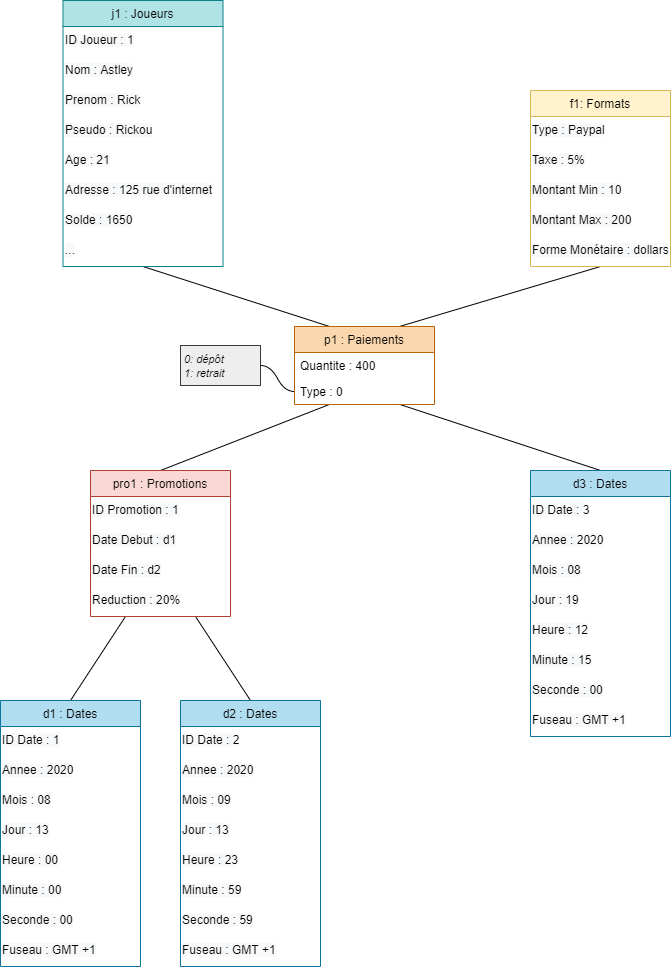
Earlier version of the draw.io export HMIN122M/projet/conception/images/instance-paiement.png (DocAmaroo/M1Aigle). Source tidied: cells renumbered, new cells last; positions are measured from the earlier drawing's top-left corner, leaving out a move shared by most shapes.
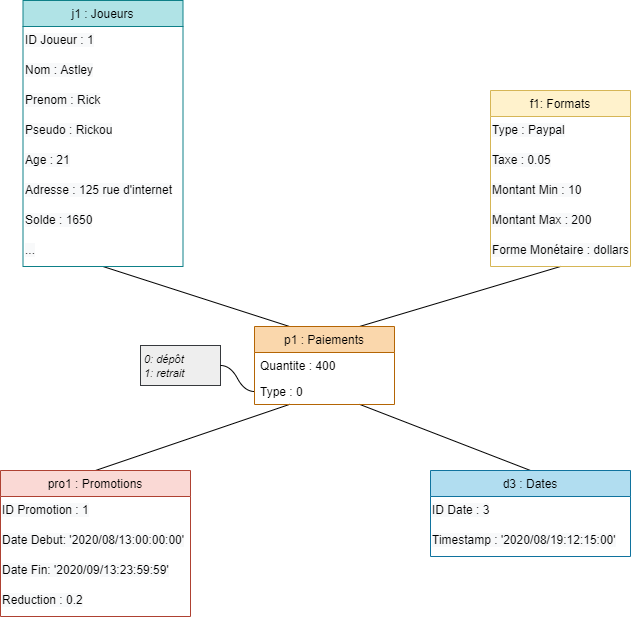
After the change.

What changed in the source:
```diff
@@ -14,19 +14,13 @@
     <mxCell id="5" style="edgeStyle=none;rounded=0;jettySize=auto;html=1;exitX=0.75;exitY=0;exitDx=0;exitDy=0;entryX=0.5;entryY=1;entryDx=0;entryDy=0;endArrow=none;endFill=0;" parent="1" edge="1" source="48" target="13">
       <mxGeometry relative="1" as="geometry" />
     </mxCell>
-    <mxCell id="6" style="edgeStyle=none;rounded=0;jettySize=auto;html=1;exitX=0.25;exitY=1;exitDx=0;exitDy=0;entryX=0.5;entryY=0;entryDx=0;entryDy=0;endArrow=none;endFill=0;" parent="1" edge="1" source="36" target="14">
-      <mxGeometry relative="1" as="geometry" />
-    </mxCell>
-    <mxCell id="7" style="edgeStyle=none;rounded=0;jettySize=auto;html=1;exitX=0.75;exitY=1;exitDx=0;exitDy=0;entryX=0.5;entryY=0;entryDx=0;entryDy=0;endArrow=none;endFill=0;" parent="1" edge="1" source="36" target="23">
-      <mxGeometry relative="1" as="geometry" />
-    </mxCell>
     <mxCell id="8" value="f1: Formats" style="swimlane;fontStyle=0;horizontal=1;startSize=26;fillColor=#fff2cc;strokeColor=#d6b656;" parent="1" vertex="1">
       <mxGeometry x="530" y="90" width="140" height="176" as="geometry" />
     </mxCell>
     <mxCell id="9" value="&lt;span style=&quot;color: rgb(0 , 0 , 0) ; font-family: &amp;#34;helvetica&amp;#34; ; font-size: 12px ; font-style: normal ; font-weight: 400 ; letter-spacing: normal ; text-align: center ; text-indent: 0px ; text-transform: none ; word-spacing: 0px ; background-color: rgb(248 , 249 , 250) ; display: inline ; float: none&quot;&gt;Type : Paypal&lt;br&gt;&lt;/span&gt;" style="text;whiteSpace=wrap;html=1;" parent="8" vertex="1">
       <mxGeometry y="26" width="140" height="30" as="geometry" />
     </mxCell>
-    <mxCell id="10" value="&lt;span style=&quot;color: rgb(0 , 0 , 0) ; font-family: &amp;#34;helvetica&amp;#34; ; font-size: 12px ; font-style: normal ; font-weight: 400 ; letter-spacing: normal ; text-align: center ; text-indent: 0px ; text-transform: none ; word-spacing: 0px ; background-color: rgb(248 , 249 , 250) ; display: inline ; float: none&quot;&gt;Taxe : 5%&lt;br&gt;&lt;/span&gt;" style="text;whiteSpace=wrap;html=1;" parent="8" vertex="1">
+    <mxCell id="10" value="&lt;span style=&quot;color: rgb(0 , 0 , 0) ; font-family: &amp;#34;helvetica&amp;#34; ; font-size: 12px ; font-style: normal ; font-weight: 400 ; letter-spacing: normal ; text-align: center ; text-indent: 0px ; text-transform: none ; word-spacing: 0px ; background-color: rgb(248 , 249 , 250) ; display: inline ; float: none&quot;&gt;Taxe : 0.05&lt;br&gt;&lt;/span&gt;" style="text;whiteSpace=wrap;html=1;" parent="8" vertex="1">
       <mxGeometry y="56" width="140" height="30" as="geometry" />
     </mxCell>
     <mxCell id="11" value="&lt;span style=&quot;color: rgb(0 , 0 , 0) ; font-family: &amp;#34;helvetica&amp;#34; ; font-size: 12px ; font-style: normal ; font-weight: 400 ; letter-spacing: normal ; text-align: center ; text-indent: 0px ; text-transform: none ; word-spacing: 0px ; background-color: rgb(248 , 249 , 250) ; display: inline ; float: none&quot;&gt;Montant Min : 10&lt;br&gt;&lt;/span&gt;" style="text;whiteSpace=wrap;html=1;" parent="8" vertex="1">
@@ -38,74 +32,20 @@
     <mxCell id="13" value="&lt;span style=&quot;color: rgb(0 , 0 , 0) ; font-family: &amp;#34;helvetica&amp;#34; ; font-size: 12px ; font-style: normal ; font-weight: 400 ; letter-spacing: normal ; text-align: center ; text-indent: 0px ; text-transform: none ; word-spacing: 0px ; background-color: rgb(248 , 249 , 250) ; display: inline ; float: none&quot;&gt;Forme Monétaire : dollars&lt;br&gt;&lt;/span&gt;" style="text;whiteSpace=wrap;html=1;" parent="8" vertex="1">
       <mxGeometry y="146" width="140" height="30" as="geometry" />
     </mxCell>
-    <mxCell id="14" value="d1 : Dates" style="swimlane;fontStyle=0;horizontal=1;startSize=26;fillColor=#b1ddf0;strokeColor=#10739e;" parent="1" vertex="1">
-      <mxGeometry y="700" width="140" height="266" as="geometry" />
-    </mxCell>
-    <mxCell id="15" value="&lt;span style=&quot;color: rgb(0 , 0 , 0) ; font-family: &amp;#34;helvetica&amp;#34; ; font-size: 12px ; font-style: normal ; font-weight: 400 ; letter-spacing: normal ; text-align: center ; text-indent: 0px ; text-transform: none ; word-spacing: 0px ; background-color: rgb(248 , 249 , 250) ; display: inline ; float: none&quot;&gt;ID Date : 1&lt;br&gt;&lt;/span&gt;" style="text;whiteSpace=wrap;html=1;" parent="14" vertex="1">
-      <mxGeometry y="26" width="140" height="30" as="geometry" />
-    </mxCell>
-    <mxCell id="16" value="&lt;span style=&quot;color: rgb(0 , 0 , 0) ; font-family: &amp;#34;helvetica&amp;#34; ; font-size: 12px ; font-style: normal ; font-weight: 400 ; letter-spacing: normal ; text-align: center ; text-indent: 0px ; text-transform: none ; word-spacing: 0px ; background-color: rgb(248 , 249 , 250) ; display: inline ; float: none&quot;&gt;Annee : 2020&lt;br&gt;&lt;/span&gt;" style="text;whiteSpace=wrap;html=1;" parent="14" vertex="1">
-      <mxGeometry y="56" width="140" height="30" as="geometry" />
-    </mxCell>
-    <mxCell id="17" value="&lt;span style=&quot;color: rgb(0 , 0 , 0) ; font-family: &amp;#34;helvetica&amp;#34; ; font-size: 12px ; font-style: normal ; font-weight: 400 ; letter-spacing: normal ; text-align: center ; text-indent: 0px ; text-transform: none ; word-spacing: 0px ; background-color: rgb(248 , 249 , 250) ; display: inline ; float: none&quot;&gt;Mois : 08&lt;br&gt;&lt;/span&gt;" style="text;whiteSpace=wrap;html=1;" parent="14" vertex="1">
-      <mxGeometry y="86" width="140" height="30" as="geometry" />
-    </mxCell>
-    <mxCell id="18" value="&lt;span style=&quot;color: rgb(0 , 0 , 0) ; font-family: &amp;#34;helvetica&amp;#34; ; font-size: 12px ; font-style: normal ; font-weight: 400 ; letter-spacing: normal ; text-align: center ; text-indent: 0px ; text-transform: none ; word-spacing: 0px ; background-color: rgb(248 , 249 , 250) ; display: inline ; float: none&quot;&gt;Jour : 13&lt;br&gt;&lt;/span&gt;" style="text;whiteSpace=wrap;html=1;" parent="14" vertex="1">
-      <mxGeometry y="116" width="140" height="30" as="geometry" />
-    </mxCell>
-    <mxCell id="19" value="&lt;span style=&quot;color: rgb(0 , 0 , 0) ; font-family: &amp;#34;helvetica&amp;#34; ; font-size: 12px ; font-style: normal ; font-weight: 400 ; letter-spacing: normal ; text-align: center ; text-indent: 0px ; text-transform: none ; word-spacing: 0px ; background-color: rgb(248 , 249 , 250) ; display: inline ; float: none&quot;&gt;Heure : 00&lt;br&gt;&lt;/span&gt;" style="text;whiteSpace=wrap;html=1;" parent="14" vertex="1">
-      <mxGeometry y="146" width="140" height="30" as="geometry" />
-    </mxCell>
-    <mxCell id="20" value="&lt;span style=&quot;color: rgb(0 , 0 , 0) ; font-family: &amp;#34;helvetica&amp;#34; ; font-size: 12px ; font-style: normal ; font-weight: 400 ; letter-spacing: normal ; text-align: center ; text-indent: 0px ; text-transform: none ; word-spacing: 0px ; background-color: rgb(248 , 249 , 250) ; display: inline ; float: none&quot;&gt;Minute : 00&lt;br&gt;&lt;/span&gt;" style="text;whiteSpace=wrap;html=1;" parent="14" vertex="1">
-      <mxGeometry y="176" width="140" height="30" as="geometry" />
-    </mxCell>
-    <mxCell id="21" value="&lt;span style=&quot;color: rgb(0 , 0 , 0) ; font-family: &amp;#34;helvetica&amp;#34; ; font-size: 12px ; font-style: normal ; font-weight: 400 ; letter-spacing: normal ; text-align: center ; text-indent: 0px ; text-transform: none ; word-spacing: 0px ; background-color: rgb(248 , 249 , 250) ; display: inline ; float: none&quot;&gt;Seconde : 00&lt;br&gt;&lt;/span&gt;" style="text;whiteSpace=wrap;html=1;" parent="14" vertex="1">
-      <mxGeometry y="206" width="140" height="30" as="geometry" />
-    </mxCell>
-    <mxCell id="22" value="&lt;span style=&quot;color: rgb(0 , 0 , 0) ; font-family: &amp;#34;helvetica&amp;#34; ; font-size: 12px ; font-style: normal ; font-weight: 400 ; letter-spacing: normal ; text-align: center ; text-indent: 0px ; text-transform: none ; word-spacing: 0px ; background-color: rgb(248 , 249 , 250) ; display: inline ; float: none&quot;&gt;Fuseau : GMT +1&lt;br&gt;&lt;/span&gt;" style="text;whiteSpace=wrap;html=1;" parent="14" vertex="1">
-      <mxGeometry y="236" width="140" height="30" as="geometry" />
-    </mxCell>
-    <mxCell id="23" value="d2 : Dates" style="swimlane;fontStyle=0;horizontal=1;startSize=26;fillColor=#b1ddf0;strokeColor=#10739e;" parent="1" vertex="1">
-      <mxGeometry x="180" y="700" width="140" height="266" as="geometry" />
-    </mxCell>
-    <mxCell id="24" value="&lt;span style=&quot;color: rgb(0 , 0 , 0) ; font-family: &amp;#34;helvetica&amp;#34; ; font-size: 12px ; font-style: normal ; font-weight: 400 ; letter-spacing: normal ; text-align: center ; text-indent: 0px ; text-transform: none ; word-spacing: 0px ; background-color: rgb(248 , 249 , 250) ; display: inline ; float: none&quot;&gt;ID Date : 2&lt;br&gt;&lt;/span&gt;" style="text;whiteSpace=wrap;html=1;" parent="23" vertex="1">
-      <mxGeometry y="26" width="140" height="30" as="geometry" />
-    </mxCell>
-    <mxCell id="25" value="&lt;span style=&quot;color: rgb(0 , 0 , 0) ; font-family: &amp;#34;helvetica&amp;#34; ; font-size: 12px ; font-style: normal ; font-weight: 400 ; letter-spacing: normal ; text-align: center ; text-indent: 0px ; text-transform: none ; word-spacing: 0px ; background-color: rgb(248 , 249 , 250) ; display: inline ; float: none&quot;&gt;Annee : 2020&lt;br&gt;&lt;/span&gt;" style="text;whiteSpace=wrap;html=1;" parent="23" vertex="1">
-      <mxGeometry y="56" width="140" height="30" as="geometry" />
-    </mxCell>
-    <mxCell id="26" value="&lt;span style=&quot;color: rgb(0 , 0 , 0) ; font-family: &amp;#34;helvetica&amp;#34; ; font-size: 12px ; font-style: normal ; font-weight: 400 ; letter-spacing: normal ; text-align: center ; text-indent: 0px ; text-transform: none ; word-spacing: 0px ; background-color: rgb(248 , 249 , 250) ; display: inline ; float: none&quot;&gt;Mois : 09&lt;br&gt;&lt;/span&gt;" style="text;whiteSpace=wrap;html=1;" parent="23" vertex="1">
-      <mxGeometry y="86" width="140" height="30" as="geometry" />
-    </mxCell>
-    <mxCell id="27" value="&lt;span style=&quot;color: rgb(0 , 0 , 0) ; font-family: &amp;#34;helvetica&amp;#34; ; font-size: 12px ; font-style: normal ; font-weight: 400 ; letter-spacing: normal ; text-align: center ; text-indent: 0px ; text-transform: none ; word-spacing: 0px ; background-color: rgb(248 , 249 , 250) ; display: inline ; float: none&quot;&gt;Jour : 13&lt;br&gt;&lt;/span&gt;" style="text;whiteSpace=wrap;html=1;" parent="23" vertex="1">
-      <mxGeometry y="116" width="140" height="30" as="geometry" />
-    </mxCell>
-    <mxCell id="28" value="&lt;span style=&quot;color: rgb(0 , 0 , 0) ; font-family: &amp;#34;helvetica&amp;#34; ; font-size: 12px ; font-style: normal ; font-weight: 400 ; letter-spacing: normal ; text-align: center ; text-indent: 0px ; text-transform: none ; word-spacing: 0px ; background-color: rgb(248 , 249 , 250) ; display: inline ; float: none&quot;&gt;Heure : 23&lt;br&gt;&lt;/span&gt;" style="text;whiteSpace=wrap;html=1;" parent="23" vertex="1">
-      <mxGeometry y="146" width="140" height="30" as="geometry" />
-    </mxCell>
-    <mxCell id="29" value="&lt;span style=&quot;color: rgb(0 , 0 , 0) ; font-family: &amp;#34;helvetica&amp;#34; ; font-size: 12px ; font-style: normal ; font-weight: 400 ; letter-spacing: normal ; text-align: center ; text-indent: 0px ; text-transform: none ; word-spacing: 0px ; background-color: rgb(248 , 249 , 250) ; display: inline ; float: none&quot;&gt;Minute : 59&lt;br&gt;&lt;/span&gt;" style="text;whiteSpace=wrap;html=1;" parent="23" vertex="1">
-      <mxGeometry y="176" width="140" height="30" as="geometry" />
-    </mxCell>
-    <mxCell id="30" value="&lt;span style=&quot;color: rgb(0 , 0 , 0) ; font-family: &amp;#34;helvetica&amp;#34; ; font-size: 12px ; font-style: normal ; font-weight: 400 ; letter-spacing: normal ; text-align: center ; text-indent: 0px ; text-transform: none ; word-spacing: 0px ; background-color: rgb(248 , 249 , 250) ; display: inline ; float: none&quot;&gt;Seconde : 59&lt;br&gt;&lt;/span&gt;" style="text;whiteSpace=wrap;html=1;" parent="23" vertex="1">
-      <mxGeometry y="206" width="140" height="30" as="geometry" />
-    </mxCell>
-    <mxCell id="31" value="&lt;span style=&quot;color: rgb(0 , 0 , 0) ; font-family: &amp;#34;helvetica&amp;#34; ; font-size: 12px ; font-style: normal ; font-weight: 400 ; letter-spacing: normal ; text-align: center ; text-indent: 0px ; text-transform: none ; word-spacing: 0px ; background-color: rgb(248 , 249 , 250) ; display: inline ; float: none&quot;&gt;Fuseau : GMT +1&lt;br&gt;&lt;/span&gt;" style="text;whiteSpace=wrap;html=1;" parent="23" vertex="1">
-      <mxGeometry y="236" width="140" height="30" as="geometry" />
-    </mxCell>
     <mxCell id="32" value="pro1 : Promotions" style="swimlane;fontStyle=0;horizontal=1;startSize=26;fillColor=#fad9d5;strokeColor=#ae4132;" parent="1" vertex="1">
-      <mxGeometry x="90" y="470" width="140" height="146" as="geometry" />
+      <mxGeometry x="40" y="470" width="190" height="146" as="geometry" />
     </mxCell>
     <mxCell id="33" value="&lt;span style=&quot;color: rgb(0 , 0 , 0) ; font-family: &amp;#34;helvetica&amp;#34; ; font-size: 12px ; font-style: normal ; font-weight: 400 ; letter-spacing: normal ; text-align: center ; text-indent: 0px ; text-transform: none ; word-spacing: 0px ; background-color: rgb(248 , 249 , 250) ; display: inline ; float: none&quot;&gt;ID Promotion : 1&lt;br&gt;&lt;/span&gt;" style="text;whiteSpace=wrap;html=1;" parent="32" vertex="1">
-      <mxGeometry y="26" width="140" height="30" as="geometry" />
+      <mxGeometry y="26" width="190" height="30" as="geometry" />
     </mxCell>
-    <mxCell id="34" value="&lt;span style=&quot;color: rgb(0 , 0 , 0) ; font-family: &amp;#34;helvetica&amp;#34; ; font-size: 12px ; font-style: normal ; font-weight: 400 ; letter-spacing: normal ; text-align: center ; text-indent: 0px ; text-transform: none ; word-spacing: 0px ; background-color: rgb(248 , 249 , 250) ; display: inline ; float: none&quot;&gt;Date Debut : d1&lt;br&gt;&lt;/span&gt;" style="text;whiteSpace=wrap;html=1;" parent="32" vertex="1">
-      <mxGeometry y="56" width="140" height="30" as="geometry" />
+    <mxCell id="34" value="&lt;span style=&quot;color: rgb(0 , 0 , 0) ; font-family: &amp;#34;helvetica&amp;#34; ; font-size: 12px ; font-style: normal ; font-weight: 400 ; letter-spacing: normal ; text-align: center ; text-indent: 0px ; text-transform: none ; word-spacing: 0px ; background-color: rgb(248 , 249 , 250) ; display: inline ; float: none&quot;&gt;Date Debut:&amp;nbsp;'2020/08/13:00:00:00'&lt;br&gt;&lt;/span&gt;" style="text;whiteSpace=wrap;html=1;" parent="32" vertex="1">
+      <mxGeometry y="56" width="190" height="30" as="geometry" />
     </mxCell>
-    <mxCell id="35" value="&lt;span style=&quot;color: rgb(0 , 0 , 0) ; font-family: &amp;#34;helvetica&amp;#34; ; font-size: 12px ; font-style: normal ; font-weight: 400 ; letter-spacing: normal ; text-align: center ; text-indent: 0px ; text-transform: none ; word-spacing: 0px ; background-color: rgb(248 , 249 , 250) ; display: inline ; float: none&quot;&gt;Date Fin : d2&lt;br&gt;&lt;/span&gt;" style="text;whiteSpace=wrap;html=1;" parent="32" vertex="1">
-      <mxGeometry y="86" width="140" height="30" as="geometry" />
+    <mxCell id="35" value="&lt;span style=&quot;color: rgb(0 , 0 , 0) ; font-family: &amp;#34;helvetica&amp;#34; ; font-size: 12px ; font-style: normal ; font-weight: 400 ; letter-spacing: normal ; text-align: center ; text-indent: 0px ; text-transform: none ; word-spacing: 0px ; background-color: rgb(248 , 249 , 250) ; display: inline ; float: none&quot;&gt;Date Fin:&amp;nbsp;'2020/09/13:23:59:59'&lt;br&gt;&lt;/span&gt;" style="text;whiteSpace=wrap;html=1;" parent="32" vertex="1">
+      <mxGeometry y="86" width="190" height="30" as="geometry" />
     </mxCell>
-    <mxCell id="36" value="&lt;span style=&quot;color: rgb(0 , 0 , 0) ; font-family: &amp;#34;helvetica&amp;#34; ; font-size: 12px ; font-style: normal ; font-weight: 400 ; letter-spacing: normal ; text-align: center ; text-indent: 0px ; text-transform: none ; word-spacing: 0px ; background-color: rgb(248 , 249 , 250) ; display: inline ; float: none&quot;&gt;Reduction : 20%&lt;br&gt;&lt;/span&gt;" style="text;whiteSpace=wrap;html=1;" parent="32" vertex="1">
-      <mxGeometry y="116" width="140" height="30" as="geometry" />
+    <mxCell id="36" value="&lt;span style=&quot;color: rgb(0 , 0 , 0) ; font-family: &amp;#34;helvetica&amp;#34; ; font-size: 12px ; font-style: normal ; font-weight: 400 ; letter-spacing: normal ; text-align: center ; text-indent: 0px ; text-transform: none ; word-spacing: 0px ; background-color: rgb(248 , 249 , 250) ; display: inline ; float: none&quot;&gt;Reduction : 0.2&lt;br&gt;&lt;/span&gt;" style="text;whiteSpace=wrap;html=1;" parent="32" vertex="1">
+      <mxGeometry y="116" width="190" height="30" as="geometry" />
     </mxCell>
     <mxCell id="37" value="j1 : Joueurs" style="swimlane;fontStyle=0;horizontal=1;startSize=26;fillColor=#b0e3e6;strokeColor=#0e8088;" parent="1" vertex="1">
       <mxGeometry x="62.5" width="160" height="266" as="geometry" />
@@ -150,31 +90,13 @@
       <mxGeometry y="52" width="140" height="26" as="geometry" />
     </mxCell>
     <mxCell id="51" value="d3 : Dates" style="swimlane;fontStyle=0;horizontal=1;startSize=26;fillColor=#b1ddf0;strokeColor=#10739e;" parent="1" vertex="1">
-      <mxGeometry x="530" y="470" width="140" height="266" as="geometry" />
+      <mxGeometry x="470" y="470" width="200" height="86" as="geometry" />
     </mxCell>
     <mxCell id="52" value="&lt;span style=&quot;color: rgb(0 , 0 , 0) ; font-family: &amp;#34;helvetica&amp;#34; ; font-size: 12px ; font-style: normal ; font-weight: 400 ; letter-spacing: normal ; text-align: center ; text-indent: 0px ; text-transform: none ; word-spacing: 0px ; background-color: rgb(248 , 249 , 250) ; display: inline ; float: none&quot;&gt;ID Date : 3&lt;br&gt;&lt;/span&gt;" style="text;whiteSpace=wrap;html=1;" parent="51" vertex="1">
-      <mxGeometry y="26" width="140" height="30" as="geometry" />
+      <mxGeometry y="26" width="200" height="30" as="geometry" />
     </mxCell>
-    <mxCell id="53" value="&lt;span style=&quot;color: rgb(0 , 0 , 0) ; font-family: &amp;#34;helvetica&amp;#34; ; font-size: 12px ; font-style: normal ; font-weight: 400 ; letter-spacing: normal ; text-align: center ; text-indent: 0px ; text-transform: none ; word-spacing: 0px ; background-color: rgb(248 , 249 , 250) ; display: inline ; float: none&quot;&gt;Annee : 2020&lt;br&gt;&lt;/span&gt;" style="text;whiteSpace=wrap;html=1;" parent="51" vertex="1">
-      <mxGeometry y="56" width="140" height="30" as="geometry" />
-    </mxCell>
-    <mxCell id="54" value="&lt;span style=&quot;color: rgb(0 , 0 , 0) ; font-family: &amp;#34;helvetica&amp;#34; ; font-size: 12px ; font-style: normal ; font-weight: 400 ; letter-spacing: normal ; text-align: center ; text-indent: 0px ; text-transform: none ; word-spacing: 0px ; background-color: rgb(248 , 249 , 250) ; display: inline ; float: none&quot;&gt;Mois : 08&lt;br&gt;&lt;/span&gt;" style="text;whiteSpace=wrap;html=1;" parent="51" vertex="1">
-      <mxGeometry y="86" width="140" height="30" as="geometry" />
-    </mxCell>
-    <mxCell id="55" value="&lt;span style=&quot;color: rgb(0 , 0 , 0) ; font-family: &amp;#34;helvetica&amp;#34; ; font-size: 12px ; font-style: normal ; font-weight: 400 ; letter-spacing: normal ; text-align: center ; text-indent: 0px ; text-transform: none ; word-spacing: 0px ; background-color: rgb(248 , 249 , 250) ; display: inline ; float: none&quot;&gt;Jour : 19&lt;br&gt;&lt;/span&gt;" style="text;whiteSpace=wrap;html=1;" parent="51" vertex="1">
-      <mxGeometry y="116" width="140" height="30" as="geometry" />
-    </mxCell>
-    <mxCell id="56" value="&lt;span style=&quot;color: rgb(0 , 0 , 0) ; font-family: &amp;#34;helvetica&amp;#34; ; font-size: 12px ; font-style: normal ; font-weight: 400 ; letter-spacing: normal ; text-align: center ; text-indent: 0px ; text-transform: none ; word-spacing: 0px ; background-color: rgb(248 , 249 , 250) ; display: inline ; float: none&quot;&gt;Heure : 12&lt;br&gt;&lt;/span&gt;" style="text;whiteSpace=wrap;html=1;" parent="51" vertex="1">
-      <mxGeometry y="146" width="140" height="30" as="geometry" />
-    </mxCell>
-    <mxCell id="57" value="&lt;span style=&quot;color: rgb(0 , 0 , 0) ; font-family: &amp;#34;helvetica&amp;#34; ; font-size: 12px ; font-style: normal ; font-weight: 400 ; letter-spacing: normal ; text-align: center ; text-indent: 0px ; text-transform: none ; word-spacing: 0px ; background-color: rgb(248 , 249 , 250) ; display: inline ; float: none&quot;&gt;Minute : 15&lt;br&gt;&lt;/span&gt;" style="text;whiteSpace=wrap;html=1;" parent="51" vertex="1">
-      <mxGeometry y="176" width="140" height="30" as="geometry" />
-    </mxCell>
-    <mxCell id="58" value="&lt;span style=&quot;color: rgb(0 , 0 , 0) ; font-family: &amp;#34;helvetica&amp;#34; ; font-size: 12px ; font-style: normal ; font-weight: 400 ; letter-spacing: normal ; text-align: center ; text-indent: 0px ; text-transform: none ; word-spacing: 0px ; background-color: rgb(248 , 249 , 250) ; display: inline ; float: none&quot;&gt;Seconde : 00&lt;br&gt;&lt;/span&gt;" style="text;whiteSpace=wrap;html=1;" parent="51" vertex="1">
-      <mxGeometry y="206" width="140" height="30" as="geometry" />
-    </mxCell>
-    <mxCell id="59" value="&lt;span style=&quot;color: rgb(0 , 0 , 0) ; font-family: &amp;#34;helvetica&amp;#34; ; font-size: 12px ; font-style: normal ; font-weight: 400 ; letter-spacing: normal ; text-align: center ; text-indent: 0px ; text-transform: none ; word-spacing: 0px ; background-color: rgb(248 , 249 , 250) ; display: inline ; float: none&quot;&gt;Fuseau : GMT +1&lt;br&gt;&lt;/span&gt;" style="text;whiteSpace=wrap;html=1;" parent="51" vertex="1">
-      <mxGeometry y="236" width="140" height="30" as="geometry" />
+    <mxCell id="59" value="&lt;span style=&quot;color: rgb(0 , 0 , 0) ; font-family: &amp;#34;helvetica&amp;#34; ; font-size: 12px ; font-style: normal ; font-weight: 400 ; letter-spacing: normal ; text-align: center ; text-indent: 0px ; text-transform: none ; word-spacing: 0px ; background-color: rgb(248 , 249 , 250) ; display: inline ; float: none&quot;&gt;Timestamp :&amp;nbsp;'2020/08/19:12:15:00'&lt;br&gt;&lt;/span&gt;" style="text;whiteSpace=wrap;html=1;" parent="51" vertex="1">
+      <mxGeometry y="56" width="200" height="30" as="geometry" />
     </mxCell>
   </root>
 </mxGraphModel>
```
